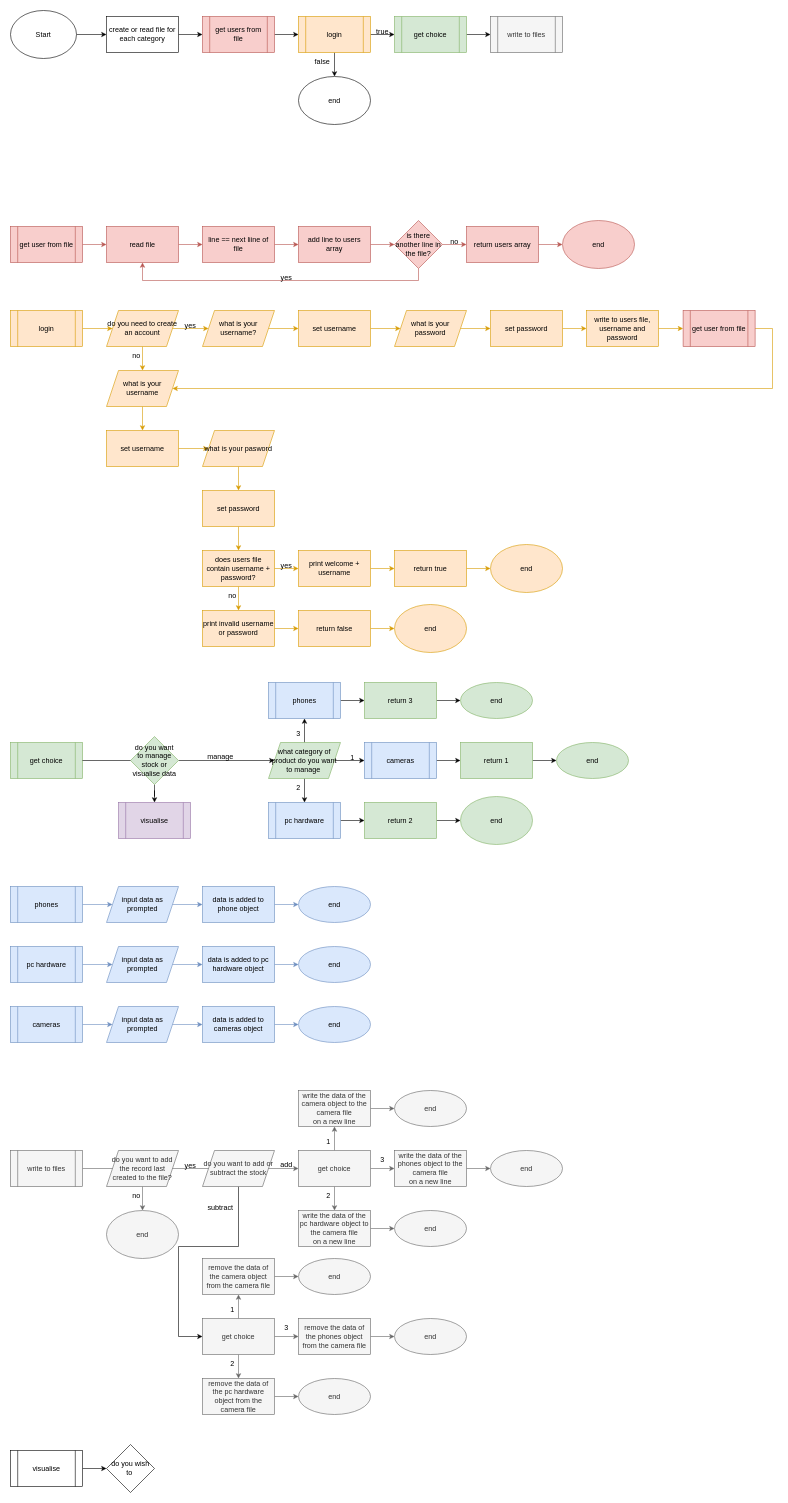
ulyssesfed/IMS keeps this draw.io diagram as flow.drawio. Above is the earlier version. Source tidied: cells renumbered, new cells numbered last; positions are measured from the earlier drawing's top-left corner, leaving out a move shared by most shapes. Both pictures are drawn from the tidied source at 60%, with x=0, y=0 at pixel (10, 10).
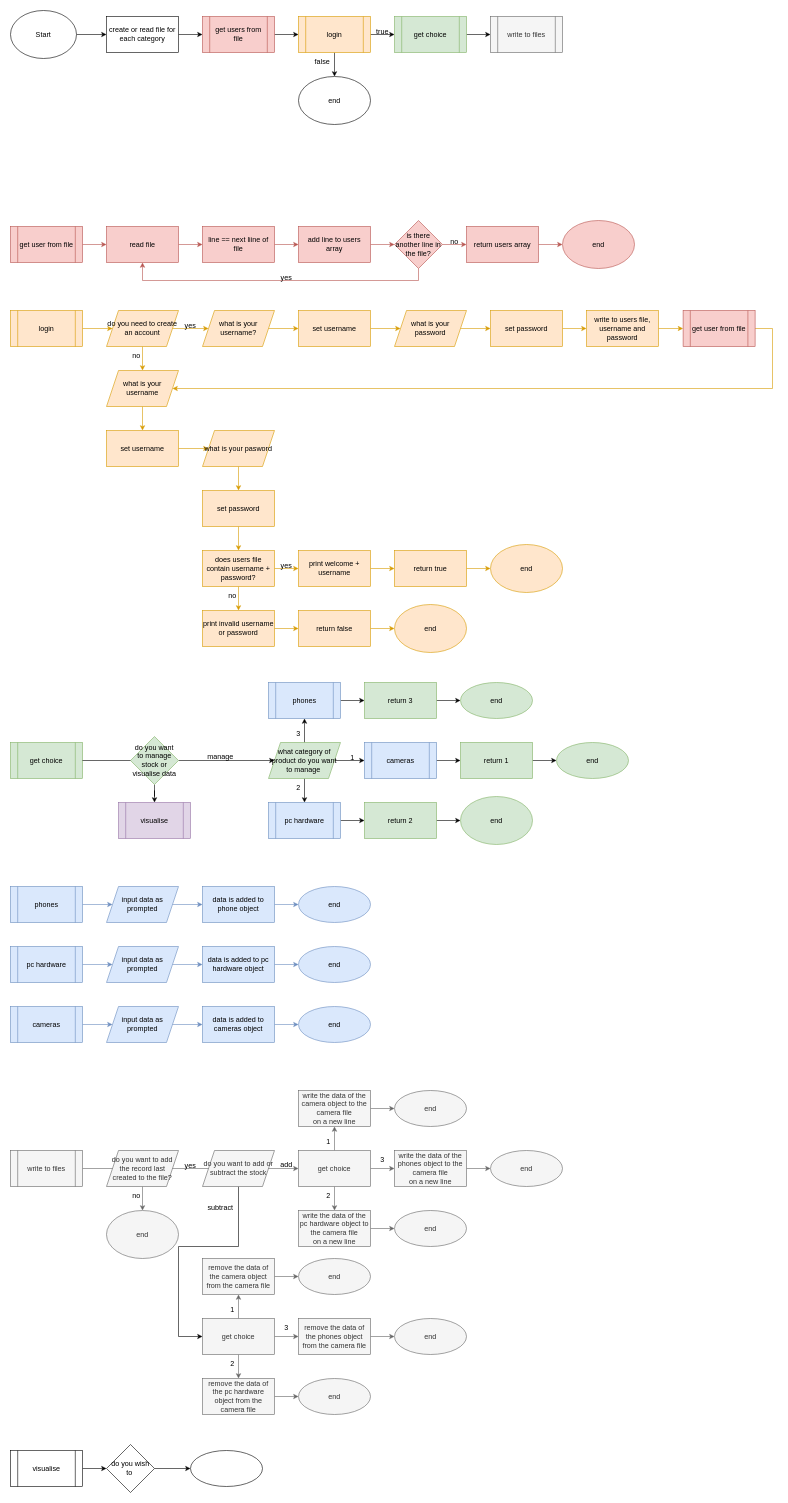
The same diagram, later.

The change refers to these unchanged cells:
```xml
<mxCell id="170" value="do you wish to&amp;nbsp;" style="rhombus;whiteSpace=wrap;html=1;" parent="1" vertex="1">
  <mxGeometry x="160" y="2390" width="80" height="80" as="geometry" />
</mxCell>
```

The edit, as a diff of the source:
```diff
@@
+    <mxCell id="171" style="edgeStyle=orthogonalEdgeStyle;rounded=0;jettySize=auto;html=1;" parent="1" edge="1" source="170" target="172">
+      <mxGeometry relative="1" as="geometry" />
+    </mxCell>
@@
+    <mxCell id="172" style="ellipse;whiteSpace=wrap;html=1;" parent="1" vertex="1">
+      <mxGeometry x="300" y="2400" width="120" height="60" as="geometry" />
+    </mxCell>
```
